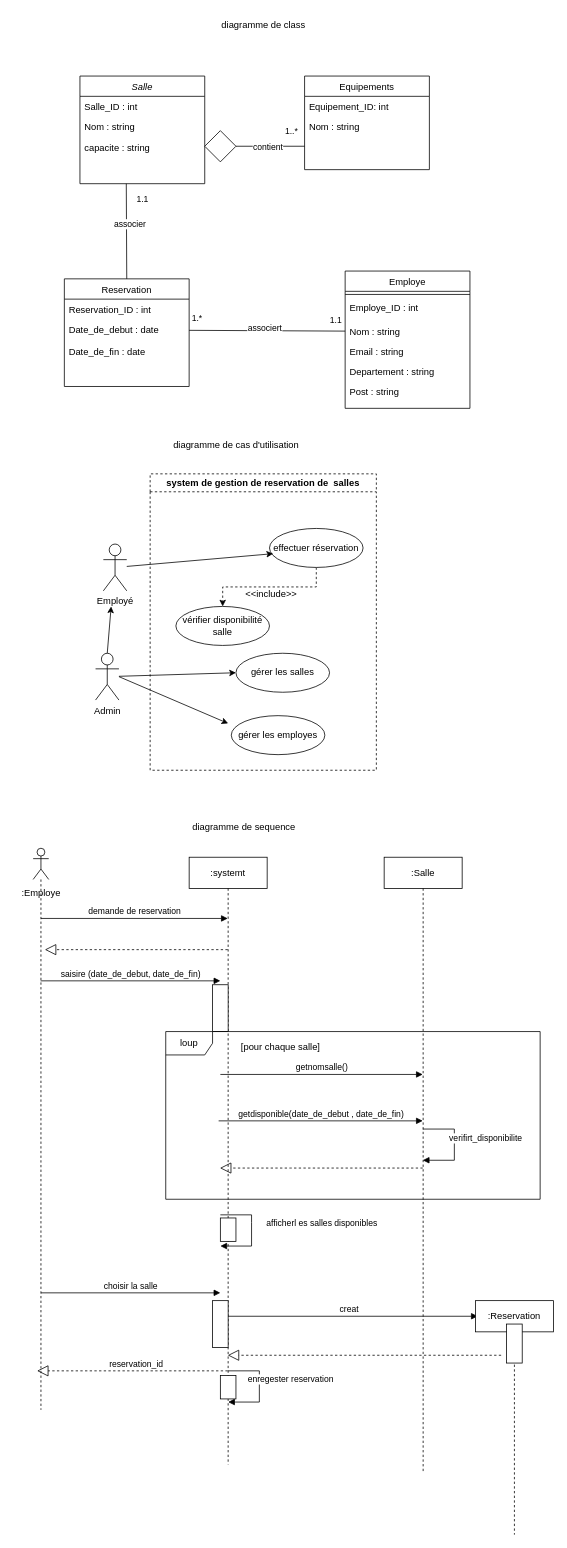
Fatiroot/Bookify keeps this draw.io diagram as Diagramme sans nom.drawio. Above is the earlier version. Source tidied: cells renumbered, new cells numbered last; positions are measured from the earlier drawing's top-left corner, leaving out a move shared by most shapes. Both pictures are drawn from the tidied source at 78%, with x=0, y=0 at pixel (13, 13).
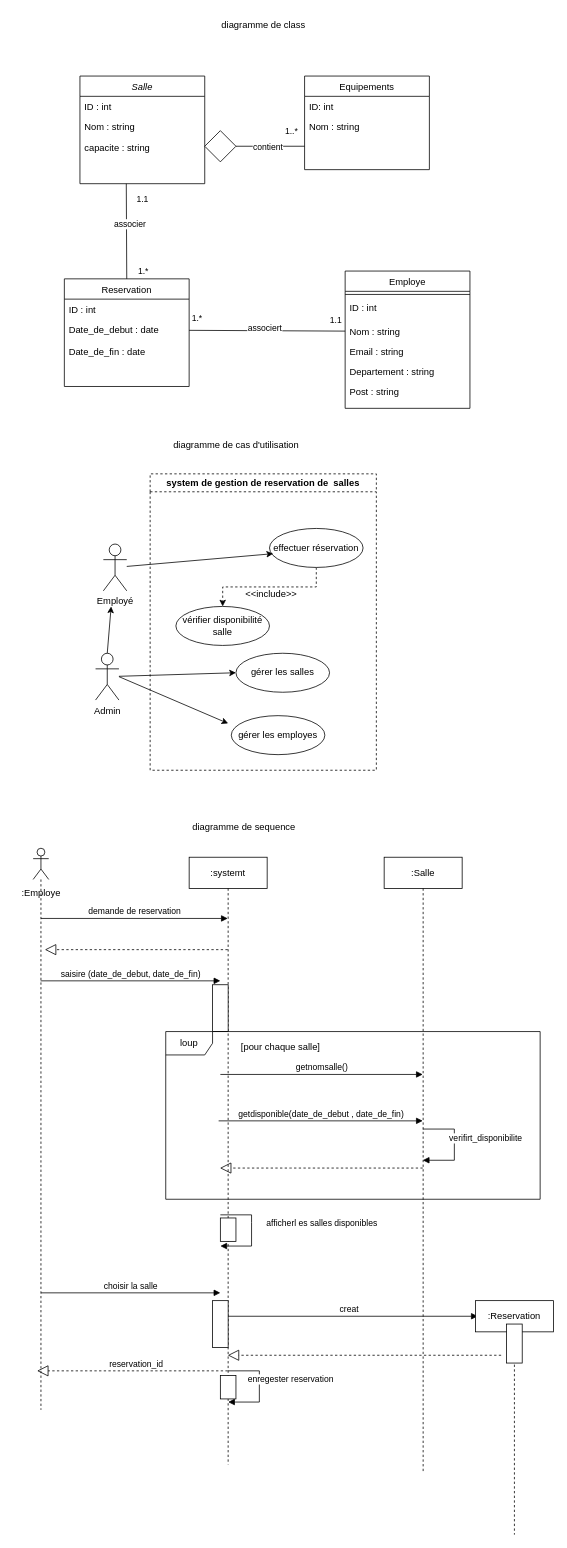
After the change.

Commit message:
Mettre à jour Diagramme de classe, cas d'utilisation et séquence

The change refers to these unchanged cells:
```xml
<mxCell id="2" value="Salle" style="swimlane;fontStyle=2;align=center;verticalAlign=top;horizontal=1;startSize=26;rounded=0;shadow=0;strokeWidth=1;" parent="1" vertex="1">
  <mxGeometry x="85" y="80" width="160" height="138" as="geometry" />
</mxCell>
<mxCell id="6" value="Reservation" style="swimlane;fontStyle=0;align=center;verticalAlign=top;horizontal=1;startSize=26;rounded=0;shadow=0;strokeWidth=1;" parent="1" vertex="1">
  <mxGeometry x="65" y="340" width="160" height="138" as="geometry" />
</mxCell>
<mxCell id="10" value="Employe" style="swimlane;fontStyle=0;align=center;verticalAlign=top;horizontal=1;startSize=26;rounded=0;shadow=0;strokeWidth=1;" parent="1" vertex="1">
  <mxGeometry x="425" y="330" width="160" height="176" as="geometry" />
</mxCell>
<mxCell id="17" value="Equipements" style="swimlane;fontStyle=0;align=center;verticalAlign=top;horizontal=1;startSize=26;rounded=0;shadow=0;strokeWidth=1;" parent="1" vertex="1">
  <mxGeometry x="373" y="80" width="160" height="120" as="geometry" />
</mxCell>
```

The edit, as a diff of the source:
```diff
@@
-    <mxCell id="3" value="Salle_ID : int" style="text;align=left;verticalAlign=top;spacingLeft=4;spacingRight=4;overflow=hidden;" parent="2" vertex="1">
+    <mxCell id="3" value="ID : int" style="text;align=left;verticalAlign=top;spacingLeft=4;spacingRight=4;overflow=hidden;" parent="2" vertex="1">
       <mxGeometry y="26" width="160" height="26" as="geometry" />
     </mxCell>
@@
-    <mxCell id="7" value="Reservation_ID : int" style="text;align=left;verticalAlign=top;spacingLeft=4;spacingRight=4;overflow=hidden;" parent="6" vertex="1">
+    <mxCell id="7" value="ID : int" style="text;align=left;verticalAlign=top;spacingLeft=4;spacingRight=4;overflow=hidden;" parent="6" vertex="1">
       <mxGeometry y="26" width="160" height="26" as="geometry" />
     </mxCell>
@@
-    <mxCell id="12" value="Employe_ID : int" style="text;align=left;verticalAlign=top;spacingLeft=4;spacingRight=4;overflow=hidden;" parent="10" vertex="1">
+    <mxCell id="12" value="ID : int" style="text;align=left;verticalAlign=top;spacingLeft=4;spacingRight=4;overflow=hidden;" parent="10" vertex="1">
       <mxGeometry y="34" width="160" height="30" as="geometry" />
     </mxCell>
@@
-    <mxCell id="18" value="Equipement_ID: int" style="text;align=left;verticalAlign=top;spacingLeft=4;spacingRight=4;overflow=hidden;" parent="17" vertex="1">
+    <mxCell id="18" value="ID: int" style="text;align=left;verticalAlign=top;spacingLeft=4;spacingRight=4;overflow=hidden;" parent="17" vertex="1">
       <mxGeometry y="26" width="160" height="26" as="geometry" />
     </mxCell>
@@
+    <mxCell id="73" value="1.*" style="edgeLabel;html=1;align=center;verticalAlign=middle;" parent="1" vertex="1">
+      <mxGeometry x="244.9" y="399.5" as="geometry">
+        <mxPoint x="-79" y="-70" as="offset" />
+      </mxGeometry>
+    </mxCell>
```
